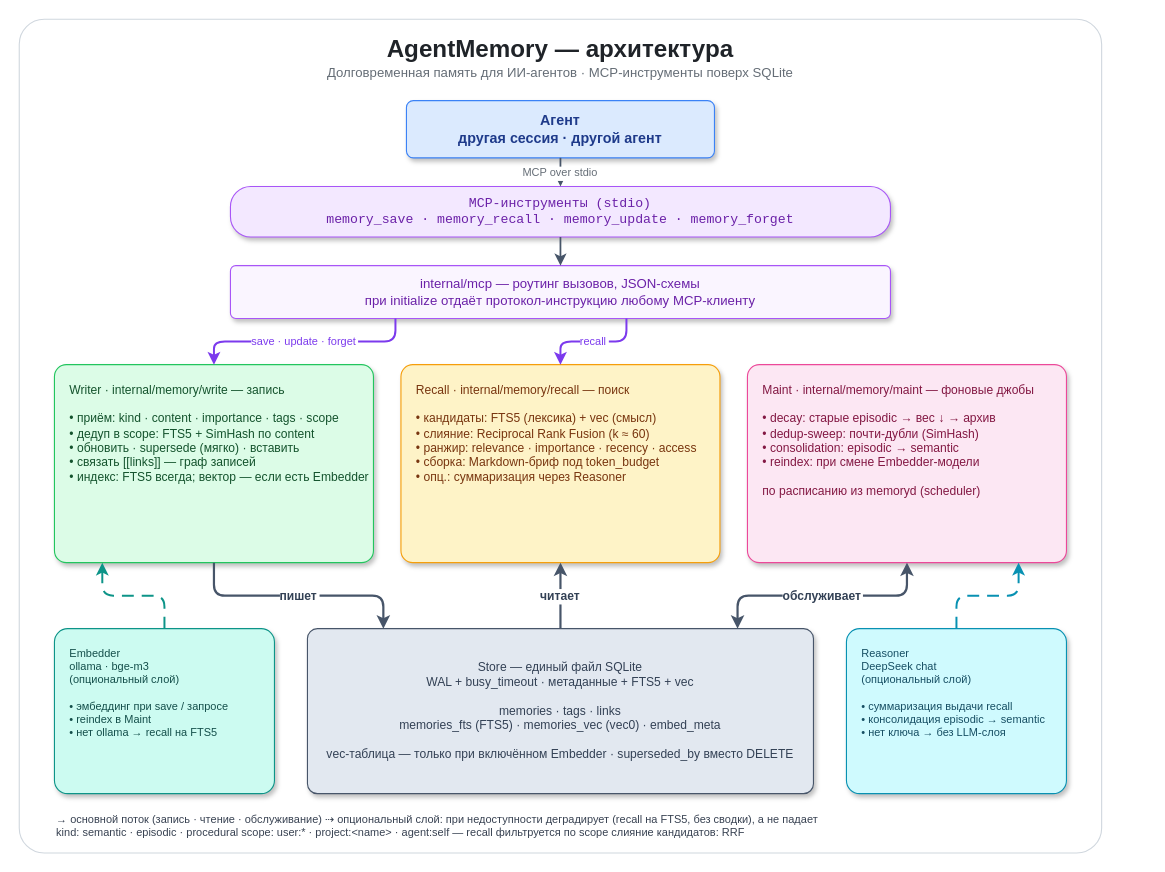
The draw.io diagram docs/architecture.drawio in vtoropchin/agent-memory, before the edit. Source tidied: cells renumbered, new cells numbered last; positions are measured from the earlier drawing's top-left corner, leaving out a move shared by most shapes. Both pictures are drawn from the tidied source at 110%, with x=0, y=0 at pixel (19, 19).
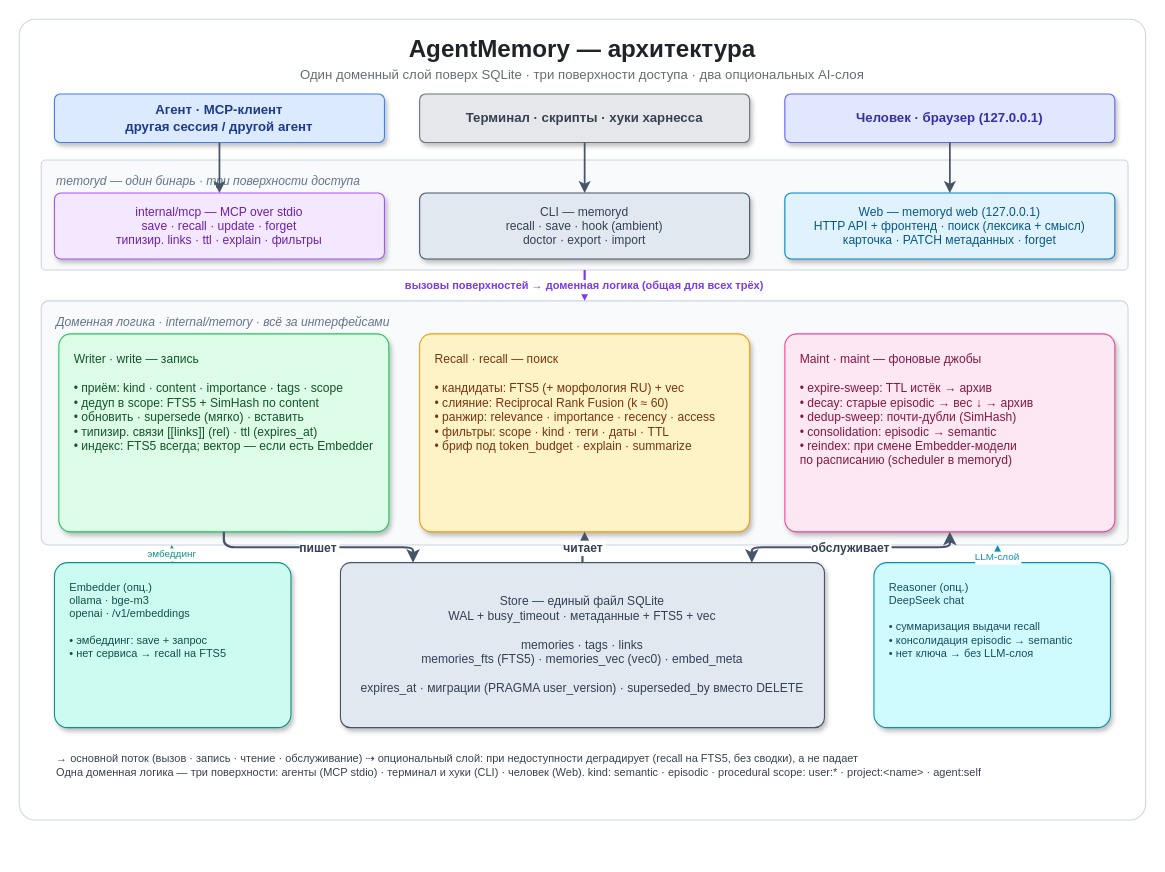
The same diagram, later.

Commit message (it also covers changes not shown here):
docs: обновлена архитектурная схема под этапы 6-10

Схема (architecture.drawio + .svg) отражала состояние ~до этапа 5 и
показывала только MCP-путь. Перерисована под ключевое изменение: memoryd —
один бинарь с тремя поверхностями доступа (MCP stdio для агентов · CLI и
ambient-хуки для терминала · web-морда для человека) поверх одной доменной
логики. Добавлены: openai-Embedder, expire-sweep (TTL), фильтры/морфология/
explain в Recall, expires_at и миграции в Store. README: alt-текст и буллеты
«Как это устроено» синхронизированы.

Diff of the diagram source:
```diff
@@
-    <mxCell id="2" style="rounded=1;arcSize=3;html=0;fillColor=#ffffff;strokeColor=#d0d7de;" parent="1" vertex="1">
-      <mxGeometry width="984" height="758" as="geometry" />
+    <mxCell id="2" style="rounded=1;arcSize=2;html=0;fillColor=#ffffff;strokeColor=#d0d7de;" parent="1" vertex="1">
+      <mxGeometry width="1024" height="728" as="geometry" />
     </mxCell>
     <mxCell id="3" value="AgentMemory — архитектура" style="text;html=0;align=center;verticalAlign=middle;fontSize=22;fontStyle=1;fontColor=#1f2328;" parent="1" vertex="1">
-      <mxGeometry x="292" y="10" width="400" height="30" as="geometry" />
+      <mxGeometry x="312" y="10" width="400" height="30" as="geometry" />
     </mxCell>
-    <mxCell id="4" value="Долговременная память для ИИ-агентов · MCP-инструменты поверх SQLite" style="text;html=0;align=center;verticalAlign=middle;fontSize=12;fontColor=#656d76;" parent="1" vertex="1">
-      <mxGeometry x="242" y="38" width="500" height="20" as="geometry" />
+    <mxCell id="4" value="Один доменный слой поверх SQLite · три поверхности доступа · два опциональных AI-слоя" style="text;html=0;align=center;verticalAlign=middle;fontSize=12;fontColor=#656d76;" parent="1" vertex="1">
+      <mxGeometry x="212" y="40" width="600" height="20" as="geometry" />
     </mxCell>
-    <mxCell id="5" value="Агент&#10;другая сессия · другой агент" style="rounded=1;arcSize=12;whiteSpace=wrap;html=0;fillColor=#dbeafe;strokeColor=#3b82f6;fontColor=#1e3a8a;fontSize=13;fontStyle=1;shadow=1;" parent="1" vertex="1">
-      <mxGeometry x="352" y="74" width="280" height="52" as="geometry" />
-    </mxCell>
-    <mxCell id="6" value="MCP-инструменты (stdio)&#10;memory_save · memory_recall · memory_update · memory_forget" style="rounded=1;arcSize=40;whiteSpace=wrap;html=0;fillColor=#f3e8ff;strokeColor=#a855f7;fontColor=#6b21a8;fontSize=12;fontFamily=Courier New;shadow=1;" parent="1" vertex="1">
-      <mxGeometry x="192" y="152" width="600" height="46" as="geometry" />
-    </mxCell>
-    <mxCell id="7" value="internal/mcp — роутинг вызовов, JSON-схемы&#10;при initialize отдаёт протокол-инструкцию любому MCP-клиенту" style="rounded=1;arcSize=10;whiteSpace=wrap;html=0;fillColor=#faf5ff;strokeColor=#a855f7;fontColor=#6b21a8;fontSize=12;shadow=1;" parent="1" vertex="1">
-      <mxGeometry x="192" y="224" width="600" height="48" as="geometry" />
-    </mxCell>
+    <mxCell id="24" value="Агент · MCP-клиент&#10;другая сессия / другой агент" style="rounded=1;arcSize=12;whiteSpace=wrap;html=0;fillColor=#dbeafe;strokeColor=#3b82f6;fontColor=#1e3a8a;fontSize=12;fontStyle=1;shadow=1;" parent="1" vertex="1">
+      <mxGeometry x="32" y="68" width="300" height="44" as="geometry" />
+    </mxCell>
+    <mxCell id="25" value="Терминал · скрипты · хуки харнесса" style="rounded=1;arcSize=12;whiteSpace=wrap;html=0;fillColor=#e5e7eb;strokeColor=#6b7280;fontColor=#374151;fontSize=12;fontStyle=1;shadow=1;" parent="1" vertex="1">
+      <mxGeometry x="364" y="68" width="300" height="44" as="geometry" />
+    </mxCell>
+    <mxCell id="26" value="Человек · браузер (127.0.0.1)" style="rounded=1;arcSize=12;whiteSpace=wrap;html=0;fillColor=#e0e7ff;strokeColor=#6366f1;fontColor=#3730a3;fontSize=12;fontStyle=1;shadow=1;" parent="1" vertex="1">
+      <mxGeometry x="696" y="68" width="300" height="44" as="geometry" />
+    </mxCell>
+    <mxCell id="27" value="memoryd — один бинарь · три поверхности доступа" style="rounded=1;arcSize=4;whiteSpace=wrap;html=0;align=left;verticalAlign=top;spacingLeft=12;spacingTop=6;fillColor=#f8fafc;strokeColor=#cbd5e1;fontColor=#64748b;fontSize=11;fontStyle=2;" parent="1" vertex="1">
+      <mxGeometry x="20" y="128" width="988" height="100" as="geometry" />
+    </mxCell>
+    <mxCell id="28" value="internal/mcp — MCP over stdio&#10;save · recall · update · forget&#10;типизир. links · ttl · explain · фильтры" style="rounded=1;arcSize=10;whiteSpace=wrap;html=0;fillColor=#f3e8ff;strokeColor=#a855f7;fontColor=#6b21a8;fontSize=11;shadow=1;" parent="1" vertex="1">
+      <mxGeometry x="32" y="158" width="300" height="60" as="geometry" />
+    </mxCell>
+    <mxCell id="29" value="CLI — memoryd&#10;recall · save · hook (ambient)&#10;doctor · export · import" style="rounded=1;arcSize=10;whiteSpace=wrap;html=0;fillColor=#e2e8f0;strokeColor=#475569;fontColor=#334155;fontSize=11;shadow=1;" parent="1" vertex="1">
+      <mxGeometry x="364" y="158" width="300" height="60" as="geometry" />
+    </mxCell>
+    <mxCell id="30" value="Web — memoryd web (127.0.0.1)&#10;HTTP API + фронтенд · поиск (лексика + смысл)&#10;карточка · PATCH метаданных · forget" style="rounded=1;arcSize=10;whiteSpace=wrap;html=0;fillColor=#e0f2fe;strokeColor=#0284c7;fontColor=#075985;fontSize=11;shadow=1;" parent="1" vertex="1">
+      <mxGeometry x="696" y="158" width="300" height="60" as="geometry" />
+    </mxCell>
+    <mxCell id="31" value="Доменная логика · internal/memory · всё за интерфейсами" style="rounded=1;arcSize=3;whiteSpace=wrap;html=0;align=left;verticalAlign=top;spacingLeft=12;spacingTop=6;fillColor=#f8fafc;strokeColor=#cbd5e1;fontColor=#64748b;fontSize=11;fontStyle=2;" parent="1" vertex="1">
+      <mxGeometry x="20" y="256" width="988" height="222" as="geometry" />
+    </mxCell>
-    <mxCell id="8" value="Writer  ·  internal/memory/write — запись&#10;&#10;• приём: kind · content · importance · tags · scope&#10;• дедуп в scope: FTS5 + SimHash по content&#10;• обновить · supersede (мягко) · вставить&#10;• связать [[links]] — граф записей&#10;• индекс: FTS5 всегда; вектор — если есть Embedder" style="rounded=1;arcSize=6;whiteSpace=wrap;html=0;align=left;verticalAlign=top;spacingLeft=12;spacingTop=10;fillColor=#dcfce7;strokeColor=#22c55e;fontColor=#14532d;fontSize=11;shadow=1;" parent="1" vertex="1">
-      <mxGeometry x="32" y="314" width="290" height="180" as="geometry" />
+    <mxCell id="8" value="Writer · write — запись&#10;&#10;• приём: kind · content · importance · tags · scope&#10;• дедуп в scope: FTS5 + SimHash по content&#10;• обновить · supersede (мягко) · вставить&#10;• типизир. связи [[links]] (rel) · ttl (expires_at)&#10;• индекс: FTS5 всегда; вектор — если есть Embedder" style="rounded=1;arcSize=6;whiteSpace=wrap;html=0;align=left;verticalAlign=top;spacingLeft=12;spacingTop=10;fillColor=#dcfce7;strokeColor=#22c55e;fontColor=#14532d;fontSize=11;shadow=1;" parent="1" vertex="1">
+      <mxGeometry x="36" y="286" width="300" height="180" as="geometry" />
     </mxCell>
-    <mxCell id="9" value="Recall  ·  internal/memory/recall — поиск&#10;&#10;• кандидаты: FTS5 (лексика) + vec (смысл)&#10;• слияние: Reciprocal Rank Fusion (k ≈ 60)&#10;• ранжир: relevance · importance · recency · access&#10;• сборка: Markdown-бриф под token_budget&#10;• опц.: суммаризация через Reasoner" style="rounded=1;arcSize=6;whiteSpace=wrap;html=0;align=left;verticalAlign=top;spacingLeft=12;spacingTop=10;fillColor=#fef3c7;strokeColor=#f59e0b;fontColor=#78350f;fontSize=11;shadow=1;" parent="1" vertex="1">
-      <mxGeometry x="347" y="314" width="290" height="180" as="geometry" />
+    <mxCell id="9" value="Recall · recall — поиск&#10;&#10;• кандидаты: FTS5 (+ морфология RU) + vec&#10;• слияние: Reciprocal Rank Fusion (k ≈ 60)&#10;• ранжир: relevance · importance · recency · access&#10;• фильтры: scope · kind · теги · даты · TTL&#10;• бриф под token_budget · explain · summarize" style="rounded=1;arcSize=6;whiteSpace=wrap;html=0;align=left;verticalAlign=top;spacingLeft=12;spacingTop=10;fillColor=#fef3c7;strokeColor=#f59e0b;fontColor=#78350f;fontSize=11;shadow=1;" parent="1" vertex="1">
+      <mxGeometry x="364" y="286" width="300" height="180" as="geometry" />
     </mxCell>
-    <mxCell id="10" value="Maint  ·  internal/memory/maint — фоновые джобы&#10;&#10;• decay: старые episodic → вес ↓ → архив&#10;• dedup-sweep: почти-дубли (SimHash)&#10;• consolidation: episodic → semantic&#10;• reindex: при смене Embedder-модели&#10;&#10;по расписанию из memoryd (scheduler)" style="rounded=1;arcSize=6;whiteSpace=wrap;html=0;align=left;verticalAlign=top;spacingLeft=12;spacingTop=10;fillColor=#fce7f3;strokeColor=#ec4899;fontColor=#831843;fontSize=11;shadow=1;" parent="1" vertex="1">
-      <mxGeometry x="662" y="314" width="290" height="180" as="geometry" />
+    <mxCell id="10" value="Maint · maint — фоновые джобы&#10;&#10;• expire-sweep: TTL истёк → архив&#10;• decay: старые episodic → вес ↓ → архив&#10;• dedup-sweep: почти-дубли (SimHash)&#10;• consolidation: episodic → semantic&#10;• reindex: при смене Embedder-модели&#10;по расписанию (scheduler в memoryd)" style="rounded=1;arcSize=6;whiteSpace=wrap;html=0;align=left;verticalAlign=top;spacingLeft=12;spacingTop=10;fillColor=#fce7f3;strokeColor=#ec4899;fontColor=#831843;fontSize=11;shadow=1;" parent="1" vertex="1">
+      <mxGeometry x="696" y="286" width="300" height="180" as="geometry" />
     </mxCell>
-    <mxCell id="11" value="Embedder&#10;ollama · bge-m3&#10;(опциональный слой)&#10;&#10;• эмбеддинг при save / запросе&#10;• reindex в Maint&#10;• нет ollama → recall на FTS5" style="rounded=1;arcSize=8;whiteSpace=wrap;html=0;align=left;verticalAlign=top;spacingLeft=12;spacingTop=10;fillColor=#ccfbf1;strokeColor=#0d9488;fontColor=#134e4a;fontSize=10;shadow=1;" parent="1" vertex="1">
-      <mxGeometry x="32" y="554" width="200" height="150" as="geometry" />
+    <mxCell id="11" value="Embedder (опц.)&#10;ollama · bge-m3&#10;openai · /v1/embeddings&#10;&#10;• эмбеддинг: save + запрос&#10;• нет сервиса → recall на FTS5" style="rounded=1;arcSize=8;whiteSpace=wrap;html=0;align=left;verticalAlign=top;spacingLeft=12;spacingTop=10;fillColor=#ccfbf1;strokeColor=#0d9488;fontColor=#134e4a;fontSize=10;shadow=1;" parent="1" vertex="1">
+      <mxGeometry x="32" y="494" width="215" height="150" as="geometry" />
     </mxCell>
-    <mxCell id="12" value="Store — единый файл SQLite&#10;WAL + busy_timeout · метаданные + FTS5 + vec&#10;&#10;memories · tags · links&#10;memories_fts (FTS5) · memories_vec (vec0) · embed_meta&#10;&#10;vec-таблица — только при включённом Embedder · superseded_by вместо DELETE" style="rounded=1;arcSize=6;whiteSpace=wrap;html=0;align=center;verticalAlign=middle;fillColor=#e2e8f0;strokeColor=#475569;fontColor=#334155;fontSize=11;shadow=1;" parent="1" vertex="1">
-      <mxGeometry x="262" y="554" width="460" height="150" as="geometry" />
+    <mxCell id="12" value="Store — единый файл SQLite&#10;WAL + busy_timeout · метаданные + FTS5 + vec&#10;&#10;memories · tags · links&#10;memories_fts (FTS5) · memories_vec (vec0) · embed_meta&#10;&#10;expires_at · миграции (PRAGMA user_version) · superseded_by вместо DELETE" style="rounded=1;arcSize=6;whiteSpace=wrap;html=0;align=center;verticalAlign=middle;fillColor=#e2e8f0;strokeColor=#475569;fontColor=#334155;fontSize=11;shadow=1;" parent="1" vertex="1">
+      <mxGeometry x="292" y="494" width="440" height="150" as="geometry" />
     </mxCell>
-    <mxCell id="13" value="Reasoner&#10;DeepSeek chat&#10;(опциональный слой)&#10;&#10;• суммаризация выдачи recall&#10;• консолидация episodic → semantic&#10;• нет ключа → без LLM-слоя" style="rounded=1;arcSize=8;whiteSpace=wrap;html=0;align=left;verticalAlign=top;spacingLeft=12;spacingTop=10;fillColor=#cffafe;strokeColor=#0891b2;fontColor=#164e63;fontSize=10;shadow=1;" parent="1" vertex="1">
-      <mxGeometry x="752" y="554" width="200" height="150" as="geometry" />
+    <mxCell id="13" value="Reasoner (опц.)&#10;DeepSeek chat&#10;&#10;• суммаризация выдачи recall&#10;• консолидация episodic → semantic&#10;• нет ключа → без LLM-слоя" style="rounded=1;arcSize=8;whiteSpace=wrap;html=0;align=left;verticalAlign=top;spacingLeft=12;spacingTop=10;fillColor=#cffafe;strokeColor=#0891b2;fontColor=#164e63;fontSize=10;shadow=1;" parent="1" vertex="1">
+      <mxGeometry x="777" y="494" width="215" height="150" as="geometry" />
     </mxCell>
-    <mxCell id="14" value="MCP over stdio" style="edgeStyle=orthogonalEdgeStyle;rounded=1;html=0;strokeColor=#475569;strokeWidth=1.6;fontColor=#656d76;fontSize=10;endArrow=classic;exitX=0.5;exitY=1;entryX=0.5;entryY=0;" parent="1" edge="1" source="5" target="6">
-      <mxGeometry relative="1" as="geometry" />
-    </mxCell>
-    <mxCell id="15" style="edgeStyle=orthogonalEdgeStyle;rounded=1;html=0;strokeColor=#475569;strokeWidth=1.6;endArrow=classic;exitX=0.5;exitY=1;entryX=0.5;entryY=0;" parent="1" edge="1" source="6" target="7">
-      <mxGeometry relative="1" as="geometry" />
-    </mxCell>
-    <mxCell id="16" value="save · update · forget" style="edgeStyle=orthogonalEdgeStyle;rounded=1;html=0;strokeColor=#7c3aed;strokeWidth=1.8;fontColor=#7c3aed;fontSize=10;endArrow=classic;exitX=0.25;exitY=1;entryX=0.5;entryY=0;" parent="1" edge="1" source="7" target="8">
-      <mxGeometry relative="1" as="geometry" />
-    </mxCell>
-    <mxCell id="17" value="recall" style="edgeStyle=orthogonalEdgeStyle;rounded=1;html=0;strokeColor=#7c3aed;strokeWidth=1.8;fontColor=#7c3aed;fontSize=10;endArrow=classic;exitX=0.6;exitY=1;entryX=0.5;entryY=0;" parent="1" edge="1" source="7" target="9">
-      <mxGeometry relative="1" as="geometry" />
-    </mxCell>
+    <mxCell id="32" style="edgeStyle=orthogonalEdgeStyle;rounded=1;html=0;strokeColor=#475569;strokeWidth=1.6;endArrow=classic;exitX=0.5;exitY=1;entryX=0.5;entryY=0;" parent="1" edge="1" source="24" target="28">
+      <mxGeometry relative="1" as="geometry" />
+    </mxCell>
+    <mxCell id="33" style="edgeStyle=orthogonalEdgeStyle;rounded=1;html=0;strokeColor=#475569;strokeWidth=1.6;endArrow=classic;exitX=0.5;exitY=1;entryX=0.5;entryY=0;" parent="1" edge="1" source="25" target="29">
+      <mxGeometry relative="1" as="geometry" />
+    </mxCell>
+    <mxCell id="34" style="edgeStyle=orthogonalEdgeStyle;rounded=1;html=0;strokeColor=#475569;strokeWidth=1.6;endArrow=classic;exitX=0.5;exitY=1;entryX=0.5;entryY=0;" parent="1" edge="1" source="26" target="30">
+      <mxGeometry relative="1" as="geometry" />
+    </mxCell>
+    <mxCell id="35" value="вызовы поверхностей → доменная логика (общая для всех трёх)" style="edgeStyle=orthogonalEdgeStyle;rounded=1;html=0;strokeColor=#7c3aed;strokeWidth=2;fontColor=#7c3aed;fontSize=10;fontStyle=1;endArrow=classic;exitX=0.5;exitY=1;entryX=0.5;entryY=0;" parent="1" edge="1" source="27" target="31">
+      <mxGeometry relative="1" as="geometry" />
+    </mxCell>
@@
-    <mxCell id="21" style="edgeStyle=orthogonalEdgeStyle;rounded=1;html=0;strokeColor=#0d9488;strokeWidth=1.8;dashed=1;dashPattern=6 4;endArrow=classic;exitX=0.5;exitY=0;entryX=0.15;entryY=1;" parent="1" edge="1" source="11" target="8">
-      <mxGeometry relative="1" as="geometry" />
-    </mxCell>
-    <mxCell id="22" style="edgeStyle=orthogonalEdgeStyle;rounded=1;html=0;strokeColor=#0891b2;strokeWidth=1.8;dashed=1;dashPattern=6 4;endArrow=classic;exitX=0.5;exitY=0;entryX=0.85;entryY=1;" parent="1" edge="1" source="13" target="10">
-      <mxGeometry relative="1" as="geometry" />
-    </mxCell>
+    <mxCell id="36" value="эмбеддинг" style="edgeStyle=orthogonalEdgeStyle;rounded=1;html=0;strokeColor=#0d9488;strokeWidth=1.8;dashed=1;dashPattern=6 4;fontColor=#0d9488;fontSize=9;endArrow=classic;exitX=0.5;exitY=0;entryX=0.12;entryY=1;" parent="1" edge="1" source="11" target="31">
+      <mxGeometry relative="1" as="geometry" />
+    </mxCell>
+    <mxCell id="37" value="LLM-слой" style="edgeStyle=orthogonalEdgeStyle;rounded=1;html=0;strokeColor=#0891b2;strokeWidth=1.8;dashed=1;dashPattern=6 4;fontColor=#0891b2;fontSize=9;endArrow=classic;exitX=0.5;exitY=0;entryX=0.88;entryY=1;" parent="1" edge="1" source="13" target="31">
+      <mxGeometry relative="1" as="geometry" />
+    </mxCell>
-    <mxCell id="23" value="→ основной поток (запись · чтение · обслуживание)      ⇢ опциональный слой: при недоступности деградирует (recall на FTS5, без сводки), а не падает&#10;kind: semantic · episodic · procedural      scope: user:* · project:&lt;name&gt; · agent:self — recall фильтруется по scope      слияние кандидатов: RRF" style="text;html=0;align=left;verticalAlign=middle;fontSize=10;fontColor=#374151;" parent="1" vertex="1">
-      <mxGeometry x="32" y="716" width="920" height="34" as="geometry" />
+    <mxCell id="23" value="→ основной поток (вызов · запись · чтение · обслуживание)      ⇢ опциональный слой: при недоступности деградирует (recall на FTS5, без сводки), а не падает&#10;Одна доменная логика — три поверхности: агенты (MCP stdio) · терминал и хуки (CLI) · человек (Web).      kind: semantic · episodic · procedural      scope: user:* · project:&lt;name&gt; · agent:self" style="text;html=0;align=left;verticalAlign=middle;fontSize=10;fontColor=#374151;" parent="1" vertex="1">
+      <mxGeometry x="32" y="658" width="960" height="40" as="geometry" />
     </mxCell>
```
